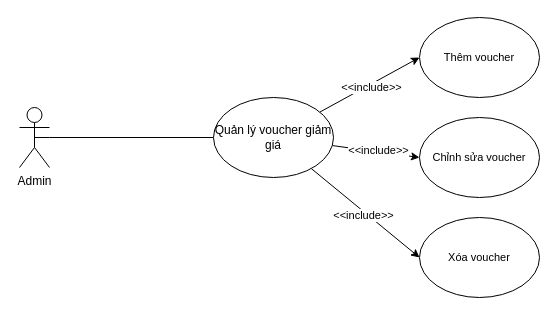
Above: page "Quản lý mã giảm giá" (18 of 25) of Usecase Diagram Bookstore.drawio in KaNguyen3005/Bookstore-System (draw.io), before the change. Source tidied: cells renumbered, new cells numbered last; positions are measured from the earlier drawing's top-left corner, leaving out a move shared by most shapes. Both pictures are drawn from the tidied source at 100%, with x=0, y=0 at pixel (19, 17).
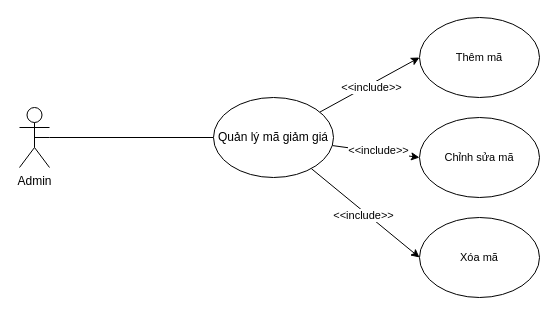
The same page after the edit.

Change to the diagram source:
```diff
@@
 <mxGraphModel>
   <root>
     <mxCell id="0" />
     <mxCell id="1" parent="0" />
     <mxCell id="2" style="edgeStyle=none;shape=connector;rounded=0;jettySize=auto;html=1;strokeColor=default;align=center;verticalAlign=middle;fontFamily=Helvetica;fontSize=11;fontColor=default;labelBackgroundColor=default;endArrow=none;endFill=0;" parent="1" edge="1" source="3" target="10">
       <mxGeometry relative="1" as="geometry" />
     </mxCell>
     <mxCell id="3" value="Admin" style="shape=umlActor;verticalLabelPosition=bottom;verticalAlign=top;html=1;outlineConnect=0;" parent="1" vertex="1">
       <mxGeometry y="90" width="30" height="60" as="geometry" />
     </mxCell>
     <mxCell id="4" style="edgeStyle=none;shape=connector;rounded=0;jettySize=auto;html=1;entryX=0;entryY=0.5;entryDx=0;entryDy=0;strokeColor=default;align=center;verticalAlign=middle;fontFamily=Helvetica;fontSize=11;fontColor=default;labelBackgroundColor=default;startArrow=none;startFill=0;endArrow=classic;endFill=1;" parent="1" edge="1" source="10" target="13">
       <mxGeometry relative="1" as="geometry" />
     </mxCell>
     <mxCell id="5" value="&amp;lt;&amp;lt;include&amp;gt;&amp;gt;" style="edgeLabel;html=1;align=center;verticalAlign=middle;fontFamily=Helvetica;fontSize=11;fontColor=default;labelBackgroundColor=default;" parent="4" vertex="1">
       <mxGeometry x="0.01" y="-2" relative="1" as="geometry">
         <mxPoint y="1" as="offset" />
       </mxGeometry>
     </mxCell>
     <mxCell id="6" style="edgeStyle=none;shape=connector;rounded=0;jettySize=auto;html=1;entryX=0;entryY=0.5;entryDx=0;entryDy=0;strokeColor=default;align=center;verticalAlign=middle;fontFamily=Helvetica;fontSize=11;fontColor=default;labelBackgroundColor=default;startArrow=none;startFill=0;endArrow=classic;endFill=1;" parent="1" edge="1" source="10" target="14">
       <mxGeometry relative="1" as="geometry" />
     </mxCell>
     <mxCell id="7" value="&amp;lt;&amp;lt;include&amp;gt;&amp;gt;" style="edgeLabel;html=1;align=center;verticalAlign=middle;fontFamily=Helvetica;fontSize=11;fontColor=default;labelBackgroundColor=default;rounded=0;strokeColor=default;" parent="6" vertex="1">
       <mxGeometry x="0.04" y="2" relative="1" as="geometry" />
     </mxCell>
     <mxCell id="8" style="edgeStyle=none;shape=connector;rounded=0;jettySize=auto;html=1;entryX=0;entryY=0.5;entryDx=0;entryDy=0;strokeColor=default;align=center;verticalAlign=middle;fontFamily=Helvetica;fontSize=11;fontColor=default;labelBackgroundColor=default;startArrow=none;startFill=0;endArrow=classic;endFill=1;" parent="1" edge="1" source="10" target="15">
       <mxGeometry relative="1" as="geometry" />
     </mxCell>
     <mxCell id="9" value="&amp;lt;&amp;lt;include&amp;gt;&amp;gt;" style="edgeLabel;html=1;align=center;verticalAlign=middle;fontFamily=Helvetica;fontSize=11;fontColor=default;labelBackgroundColor=default;" parent="8" vertex="1">
       <mxGeometry x="-0.02" y="-4" relative="1" as="geometry">
         <mxPoint x="1" as="offset" />
       </mxGeometry>
     </mxCell>
-    <mxCell id="10" value="Quản lý voucher giảm giá" style="ellipse;whiteSpace=wrap;html=1;" parent="1" vertex="1">
+    <mxCell id="10" value="Quản lý mã giảm giá" style="ellipse;whiteSpace=wrap;html=1;" parent="1" vertex="1">
       <mxGeometry x="194" y="80" width="120" height="80" as="geometry" />
     </mxCell>
     <mxCell id="11" style="edgeStyle=none;shape=connector;rounded=0;orthogonalLoop=1;jettySize=auto;html=1;exitX=0.5;exitY=0.5;exitDx=0;exitDy=0;exitPerimeter=0;strokeColor=default;align=center;verticalAlign=middle;fontFamily=Helvetica;fontSize=11;fontColor=default;labelBackgroundColor=default;endArrow=none;endFill=0;" parent="1" edge="1" source="3" target="3">
       <mxGeometry relative="1" as="geometry" />
     </mxCell>
     <mxCell id="12" style="edgeStyle=none;shape=connector;rounded=0;orthogonalLoop=1;jettySize=auto;html=1;exitX=0;exitY=1;exitDx=0;exitDy=0;strokeColor=default;align=center;verticalAlign=middle;fontFamily=Helvetica;fontSize=11;fontColor=default;labelBackgroundColor=default;endArrow=none;endFill=0;" parent="1" edge="1" source="10" target="10">
       <mxGeometry relative="1" as="geometry" />
     </mxCell>
-    <mxCell id="13" value="Thêm voucher" style="ellipse;whiteSpace=wrap;html=1;fontFamily=Helvetica;fontSize=11;fontColor=default;labelBackgroundColor=default;" parent="1" vertex="1">
+    <mxCell id="13" value="Thêm mã" style="ellipse;whiteSpace=wrap;html=1;fontFamily=Helvetica;fontSize=11;fontColor=default;labelBackgroundColor=default;" parent="1" vertex="1">
       <mxGeometry x="400" width="120" height="80" as="geometry" />
     </mxCell>
-    <mxCell id="14" value="Chỉnh sửa voucher" style="ellipse;whiteSpace=wrap;html=1;fontFamily=Helvetica;fontSize=11;fontColor=default;labelBackgroundColor=default;" parent="1" vertex="1">
+    <mxCell id="14" value="Chỉnh sửa mã" style="ellipse;whiteSpace=wrap;html=1;fontFamily=Helvetica;fontSize=11;fontColor=default;labelBackgroundColor=default;" parent="1" vertex="1">
       <mxGeometry x="400" y="100" width="120" height="80" as="geometry" />
     </mxCell>
-    <mxCell id="15" value="Xóa voucher" style="ellipse;whiteSpace=wrap;html=1;fontFamily=Helvetica;fontSize=11;fontColor=default;labelBackgroundColor=default;" parent="1" vertex="1">
+    <mxCell id="15" value="Xóa mã" style="ellipse;whiteSpace=wrap;html=1;fontFamily=Helvetica;fontSize=11;fontColor=default;labelBackgroundColor=default;" parent="1" vertex="1">
       <mxGeometry x="400" y="200" width="120" height="80" as="geometry" />
     </mxCell>
   </root>
 </mxGraphModel>
```
